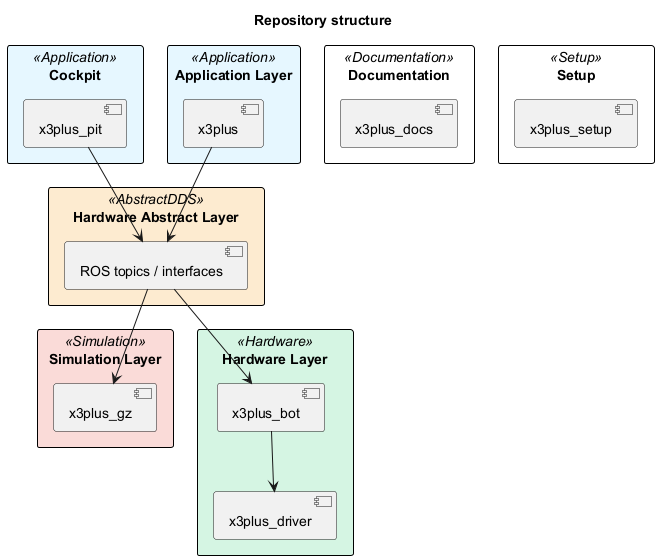
Before: docs/00-Overview/images/repos_structure.png, a diagram exported from PlantUML (cord-burmeister/x3plus_docs). The source it was exported from:
```plantuml
@startuml images/repos_structure

title Repository structure

skinparam rectangle {
  BackgroundColor<<Application>> #E6F7FF
  BackgroundColor<<AbstractDDS>> #FDEBD0
  BackgroundColor<<Simulation>> #FADBD8
  BackgroundColor<<Hardware>> #D5F5E3
  BorderColor black
}

rectangle "Cockpit" <<Application>> {
  [x3plus_pit]
}

rectangle "Application Layer" <<Application>> {
  [x3plus]
}

rectangle "Hardware Abstract Layer" <<AbstractDDS>> {
  [ROS topics / interfaces]
}

rectangle "Simulation Layer" <<Simulation>> {
  [x3plus_gz]
}

rectangle "Hardware Layer" <<Hardware>> {
  [x3plus_bot]
  [x3plus_driver]
}

rectangle "Documentation" <<Documentation>> {
  [x3plus_docs]
}

rectangle "Setup" <<Setup>> {
  [x3plus_setup]
}

[x3plus] -down-> [ROS topics / interfaces]
[x3plus_pit] -down-> [ROS topics / interfaces]

[ROS topics / interfaces] -down-> [x3plus_gz]
[ROS topics / interfaces] -down-> [x3plus_bot]
[x3plus_bot] -down-> [x3plus_driver]

@enduml
```
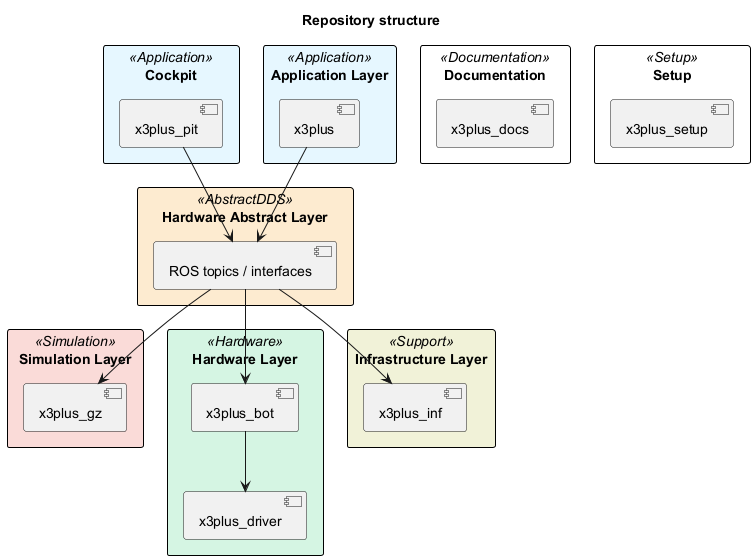
After the commit.

Commit message:
Add the infrastructure repos

The edit, as a diff of the source:
```diff
@@ -7,6 +7,7 @@
   BackgroundColor<<AbstractDDS>> #FDEBD0
   BackgroundColor<<Simulation>> #FADBD8
   BackgroundColor<<Hardware>> #D5F5E3
+  BackgroundColor<<Support>> #f1f2d8
   BorderColor black
 }
 
@@ -31,6 +32,10 @@
   [x3plus_driver]
 }
 
+rectangle "Infrastructure Layer" <<Support>> {
+  [x3plus_inf]
+}
+
 rectangle "Documentation" <<Documentation>> {
   [x3plus_docs]
 }
@@ -45,5 +50,6 @@
 [ROS topics / interfaces] -down-> [x3plus_gz]
 [ROS topics / interfaces] -down-> [x3plus_bot]
 [x3plus_bot] -down-> [x3plus_driver]
+[ROS topics / interfaces] -down-> [x3plus_inf]
 
 @enduml
```
